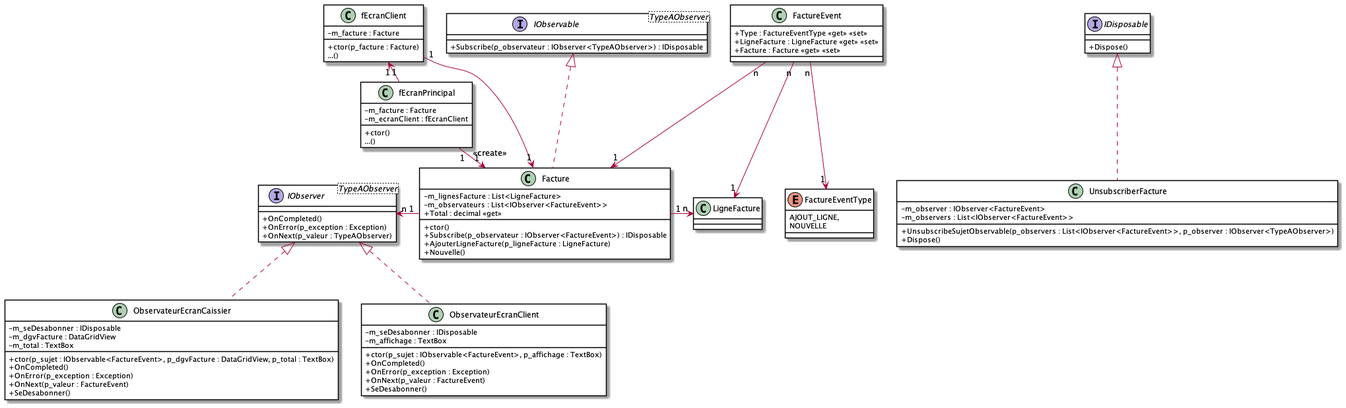
Before: images/Module10_Patrons_Conception02/diag/DiagFacture/DiagAppFactureNonGen.png, a diagram exported from PlantUML (PiFou86/420-W30-SF). Source of this version:
```plantuml
@startuml DiagAppFactureNonGen

skinparam classAttributeIconSize 0
skinparam class {
    BackgroundColor White
    BorderColor #000
}

interface IDisposable {
    + Dispose()
}

interface IObservable<TypeAObserver> {
    + Subscribe(p_observateur : IObserver<TypeAObserver>) : IDisposable
}

interface IObserver<TypeAObserver> {
    + OnCompleted()
    + OnError(p_exception : Exception)
    + OnNext(p_valeur : TypeAObserver)
}

class Facture {
    - m_lignesFacture : List<LigneFacture>
    - m_observateurs : List<IObserver<FactureEvent>>
    + Total : decimal <<get>>
    + ctor()
    + Subscribe(p_observateur : IObserver<FactureEvent>) : IDisposable
    + AjouterLigneFacture(p_ligneFacture : LigneFacture)
    + Nouvelle()
}

class fEcranPrincipal {
    - m_facture : Facture
    - m_ecranClient : fEcranClient
    + ctor()
    ...()
}

class fEcranClient {
    - m_facture : Facture
    + ctor(p_facture : Facture)
    ...()
}

class ObservateurEcranCaissier {
    - m_seDesabonner : IDisposable
    - m_dgvFacture : DataGridView
    - m_total : TextBox
    + ctor(p_sujet : IObservable<FactureEvent>, p_dgvFacture : DataGridView, p_total : TextBox)
    + OnCompleted()
    + OnError(p_exception : Exception)
    + OnNext(p_valeur : FactureEvent)
    + SeDesabonner()
}

class ObservateurEcranClient {
    - m_seDesabonner : IDisposable
    - m_affichage : TextBox
    + ctor(p_sujet : IObservable<FactureEvent>, p_affichage : TextBox)
    + OnCompleted()
    + OnError(p_exception : Exception)
    + OnNext(p_valeur : FactureEvent)
    + SeDesabonner()
}

class UnsubscriberFacture {
    - m_observer : IObserver<FactureEvent>
    - m_observers : List<IObserver<FactureEvent>>
    + UnsubscribeSujetObservable(p_observers : List<IObserver<FactureEvent>>, p_observer : IObserver<TypeAObserver>)
    + Dispose()
}

class FactureEvent {
    + Type : FactureEventType <<get>> <<set>>
    + LigneFacture : LigneFacture <<get>> <<set>>
    + Facture : Facture <<get>> <<set>>
}

enum FactureEventType {
    AJOUT_LIGNE,
    NOUVELLE
}

FactureEvent "n" --> "1" Facture
FactureEvent "n" --> "1" LigneFacture
FactureEvent "n" --> "1" FactureEventType

fEcranPrincipal "1" -right-> "1" Facture : <<create>>
fEcranPrincipal "1" -left-> "1" fEcranClient


Facture "1" -left-> "n" IObserver
Facture "1" -right-> "n" LigneFacture

fEcranClient "1" --> "1" Facture

IObserver <|.. ObservateurEcranCaissier
IObserver <|.. ObservateurEcranClient
IDisposable <|.. UnsubscriberFacture
IObservable <|.. Facture

@enduml
```
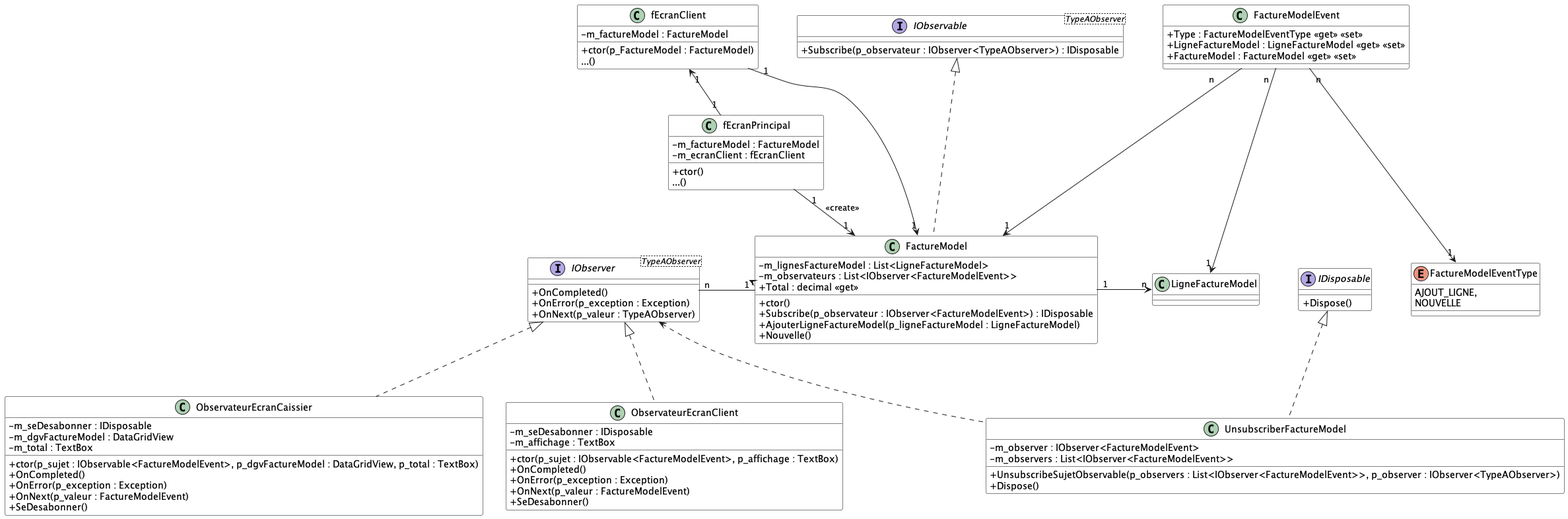
The same diagram one commit later.

Commit message:
MAJ des rendus des images

Diff of the diagram source:
```diff
@@ -20,84 +20,85 @@
     + OnNext(p_valeur : TypeAObserver)
 }
 
-class Facture {
-    - m_lignesFacture : List<LigneFacture>
-    - m_observateurs : List<IObserver<FactureEvent>>
+class FactureModel {
+    - m_lignesFactureModel : List<LigneFactureModel>
+    - m_observateurs : List<IObserver<FactureModelEvent>>
     + Total : decimal <<get>>
     + ctor()
-    + Subscribe(p_observateur : IObserver<FactureEvent>) : IDisposable
-    + AjouterLigneFacture(p_ligneFacture : LigneFacture)
+    + Subscribe(p_observateur : IObserver<FactureModelEvent>) : IDisposable
+    + AjouterLigneFactureModel(p_ligneFactureModel : LigneFactureModel)
     + Nouvelle()
 }
 
 class fEcranPrincipal {
-    - m_facture : Facture
+    - m_factureModel : FactureModel
     - m_ecranClient : fEcranClient
     + ctor()
     ...()
 }
 
 class fEcranClient {
-    - m_facture : Facture
-    + ctor(p_facture : Facture)
+    - m_factureModel : FactureModel
+    + ctor(p_FactureModel : FactureModel)
     ...()
 }
 
 class ObservateurEcranCaissier {
     - m_seDesabonner : IDisposable
-    - m_dgvFacture : DataGridView
+    - m_dgvFactureModel : DataGridView
     - m_total : TextBox
-    + ctor(p_sujet : IObservable<FactureEvent>, p_dgvFacture : DataGridView, p_total : TextBox)
+    + ctor(p_sujet : IObservable<FactureModelEvent>, p_dgvFactureModel : DataGridView, p_total : TextBox)
     + OnCompleted()
     + OnError(p_exception : Exception)
-    + OnNext(p_valeur : FactureEvent)
+    + OnNext(p_valeur : FactureModelEvent)
     + SeDesabonner()
 }
 
 class ObservateurEcranClient {
     - m_seDesabonner : IDisposable
     - m_affichage : TextBox
-    + ctor(p_sujet : IObservable<FactureEvent>, p_affichage : TextBox)
+    + ctor(p_sujet : IObservable<FactureModelEvent>, p_affichage : TextBox)
     + OnCompleted()
     + OnError(p_exception : Exception)
-    + OnNext(p_valeur : FactureEvent)
+    + OnNext(p_valeur : FactureModelEvent)
     + SeDesabonner()
 }
 
-class UnsubscriberFacture {
-    - m_observer : IObserver<FactureEvent>
-    - m_observers : List<IObserver<FactureEvent>>
-    + UnsubscribeSujetObservable(p_observers : List<IObserver<FactureEvent>>, p_observer : IObserver<TypeAObserver>)
+class UnsubscriberFactureModel {
+    - m_observer : IObserver<FactureModelEvent>
+    - m_observers : List<IObserver<FactureModelEvent>>
+    + UnsubscribeSujetObservable(p_observers : List<IObserver<FactureModelEvent>>, p_observer : IObserver<TypeAObserver>)
     + Dispose()
 }
 
-class FactureEvent {
-    + Type : FactureEventType <<get>> <<set>>
-    + LigneFacture : LigneFacture <<get>> <<set>>
-    + Facture : Facture <<get>> <<set>>
+class FactureModelEvent {
+    + Type : FactureModelEventType <<get>> <<set>>
+    + LigneFactureModel : LigneFactureModel <<get>> <<set>>
+    + FactureModel : FactureModel <<get>> <<set>>
 }
 
-enum FactureEventType {
+enum FactureModelEventType {
     AJOUT_LIGNE,
     NOUVELLE
 }
 
-FactureEvent "n" --> "1" Facture
-FactureEvent "n" --> "1" LigneFacture
-FactureEvent "n" --> "1" FactureEventType
+FactureModelEvent "n" --> "1" FactureModel
+FactureModelEvent "n" --> "1" LigneFactureModel
+FactureModelEvent "n" --> "1" FactureModelEventType
 
-fEcranPrincipal "1" -right-> "1" Facture : <<create>>
+fEcranPrincipal "1" -right-> "1" FactureModel : <<create>>
 fEcranPrincipal "1" -left-> "1" fEcranClient
 
 
-Facture "1" -left-> "n" IObserver
-Facture "1" -right-> "n" LigneFacture
+FactureModel "1" -left-> "n" IObserver
+FactureModel "1" -right-> "n" LigneFactureModel
 
-fEcranClient "1" --> "1" Facture
+fEcranClient "1" --> "1" FactureModel
 
 IObserver <|.. ObservateurEcranCaissier
 IObserver <|.. ObservateurEcranClient
-IDisposable <|.. UnsubscriberFacture
-IObservable <|.. Facture
+IDisposable <|.. UnsubscriberFactureModel
+IObserver <.. UnsubscriberFactureModel
+IObservable <|.. FactureModel
 
 @enduml
```
